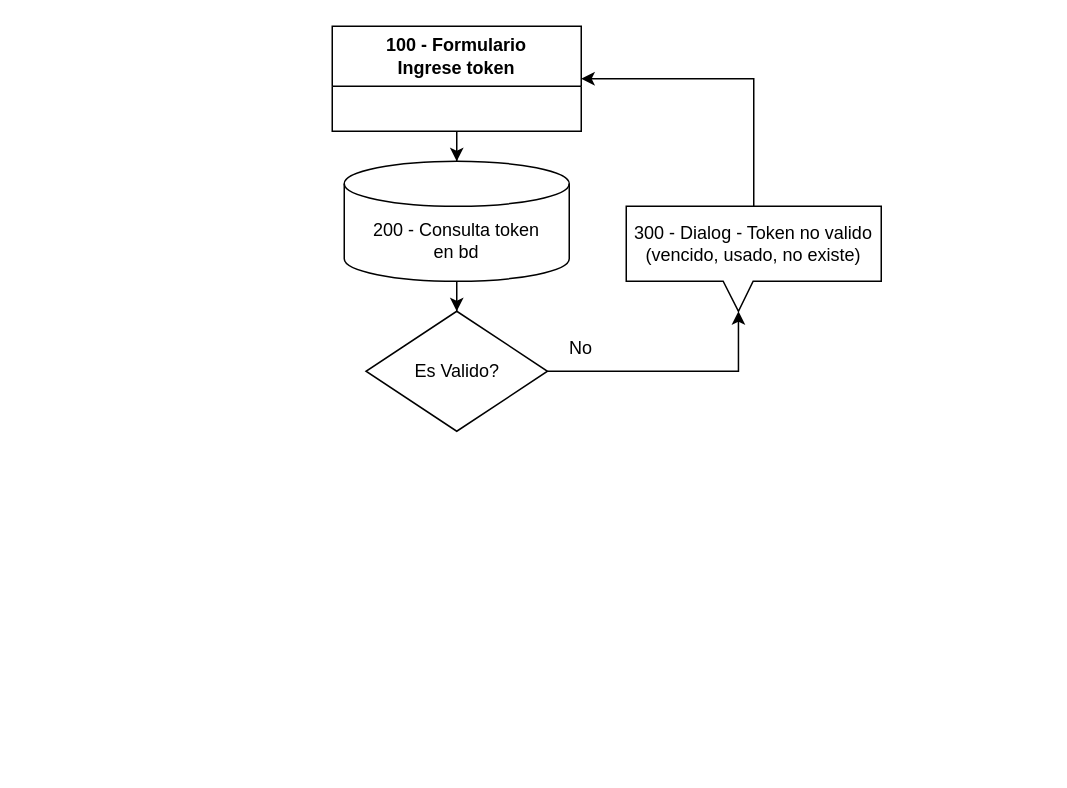
Above: validaphp.drawio in MaxiFranz/TrayectoP (draw.io), before the change. Source tidied: cells renumbered, new cells numbered last; positions are measured from the earlier drawing's top-left corner, leaving out a move shared by most shapes. Both pictures are drawn from the tidied source at 150%, with x=0, y=0 at pixel (332, 26).
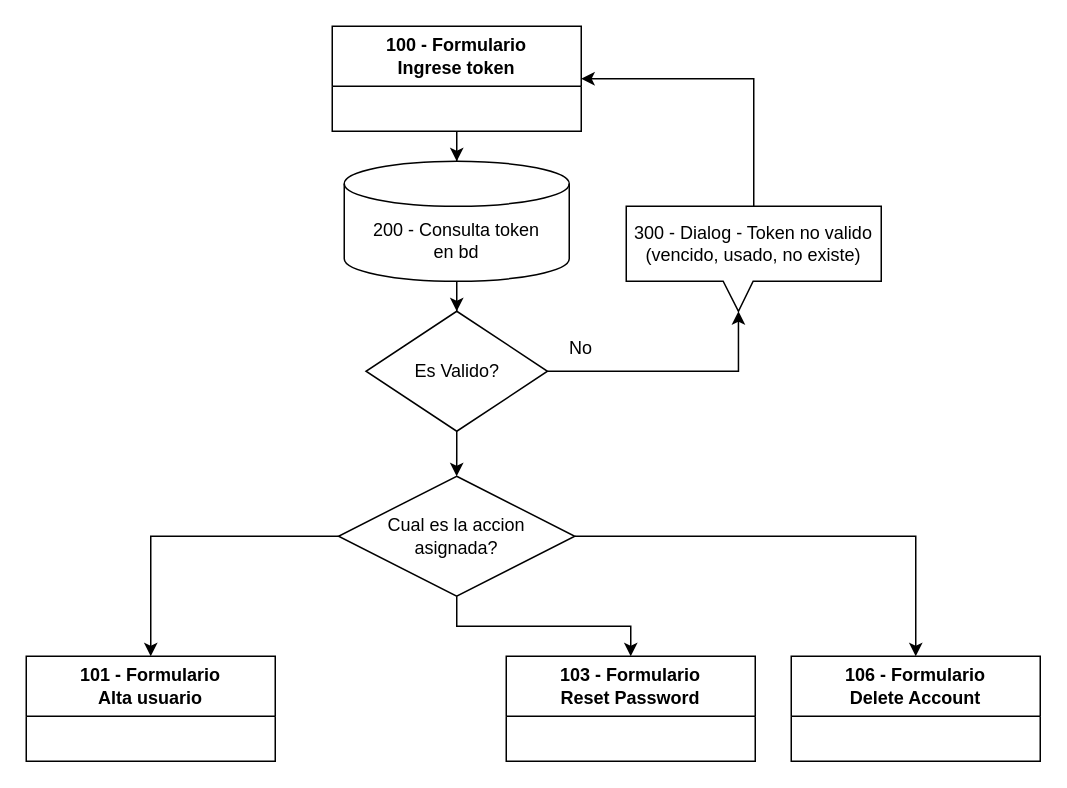
The same diagram, later.

Diff of the diagram source:
```diff
@@
 <mxGraphModel>
   <root>
     <mxCell id="0" />
     <mxCell id="1" parent="0" />
     <mxCell id="2" style="edgeStyle=orthogonalEdgeStyle;rounded=0;jettySize=auto;html=1;entryX=0.5;entryY=0;entryDx=0;entryDy=0;" parent="1" edge="1" source="3" target="5">
       <mxGeometry relative="1" as="geometry" />
     </mxCell>
     <mxCell id="3" value="200 - Consulta token &lt;br&gt;en bd" style="shape=cylinder3;whiteSpace=wrap;html=1;boundedLbl=1;backgroundOutline=1;size=15;" parent="1" vertex="1">
       <mxGeometry x="8" y="90" width="150" height="80" as="geometry" />
     </mxCell>
     <mxCell id="4" value="100 - Formulario &lt;br&gt;Ingrese token" style="swimlane;whiteSpace=wrap;html=1;startSize=40;" parent="1" vertex="1">
       <mxGeometry width="166" height="70" as="geometry" />
     </mxCell>
+    <mxCell id="11" style="edgeStyle=orthogonalEdgeStyle;rounded=0;jettySize=auto;html=1;entryX=0.5;entryY=0;entryDx=0;entryDy=0;" parent="1" edge="1" source="5" target="15">
+      <mxGeometry relative="1" as="geometry" />
+    </mxCell>
     <mxCell id="5" value="Es Valido?" style="rhombus;whiteSpace=wrap;html=1;" parent="1" vertex="1">
       <mxGeometry x="22.5" y="190" width="121" height="80" as="geometry" />
     </mxCell>
     <mxCell id="6" style="edgeStyle=orthogonalEdgeStyle;rounded=0;jettySize=auto;html=1;entryX=0.5;entryY=0;entryDx=0;entryDy=0;entryPerimeter=0;" parent="1" edge="1" source="4" target="3">
       <mxGeometry relative="1" as="geometry" />
     </mxCell>
     <mxCell id="7" style="edgeStyle=orthogonalEdgeStyle;rounded=0;jettySize=auto;html=1;entryX=1;entryY=0.5;entryDx=0;entryDy=0;exitX=0.5;exitY=0;exitDx=0;exitDy=0;exitPerimeter=0;" parent="1" edge="1" source="8" target="4">
       <mxGeometry relative="1" as="geometry" />
     </mxCell>
     <mxCell id="8" value="300 - Dialog - Token no valido &lt;br&gt;(vencido, usado, no existe)" style="shape=callout;whiteSpace=wrap;html=1;perimeter=calloutPerimeter;position2=0.44;size=20;position=0.38;" parent="1" vertex="1">
       <mxGeometry x="196" y="120" width="170" height="70" as="geometry" />
     </mxCell>
     <mxCell id="9" style="edgeStyle=orthogonalEdgeStyle;rounded=0;jettySize=auto;html=1;entryX=0;entryY=0;entryDx=74.8;entryDy=70;entryPerimeter=0;" parent="1" edge="1" source="5" target="8">
       <mxGeometry relative="1" as="geometry" />
     </mxCell>
     <mxCell id="10" value="No" style="text;html=1;strokeColor=none;fillColor=none;align=center;verticalAlign=middle;whiteSpace=wrap;rounded=0;" parent="1" vertex="1">
       <mxGeometry x="136" y="200" width="60" height="30" as="geometry" />
     </mxCell>
+    <mxCell id="12" style="edgeStyle=orthogonalEdgeStyle;rounded=0;jettySize=auto;html=1;entryX=0.5;entryY=0;entryDx=0;entryDy=0;" parent="1" edge="1" source="15" target="18">
+      <mxGeometry relative="1" as="geometry" />
+    </mxCell>
+    <mxCell id="13" style="edgeStyle=orthogonalEdgeStyle;rounded=0;jettySize=auto;html=1;entryX=0.5;entryY=0;entryDx=0;entryDy=0;" parent="1" edge="1" source="15" target="17">
+      <mxGeometry relative="1" as="geometry" />
+    </mxCell>
+    <mxCell id="14" style="edgeStyle=orthogonalEdgeStyle;rounded=0;jettySize=auto;html=1;exitX=0;exitY=0.5;exitDx=0;exitDy=0;entryX=0.5;entryY=0;entryDx=0;entryDy=0;" parent="1" edge="1" source="15" target="16">
+      <mxGeometry relative="1" as="geometry" />
+    </mxCell>
+    <mxCell id="15" value="Cual es la accion &lt;br&gt;asignada?" style="rhombus;whiteSpace=wrap;html=1;" parent="1" vertex="1">
+      <mxGeometry x="4.2" y="300" width="157.5" height="80" as="geometry" />
+    </mxCell>
+    <mxCell id="16" value="101 - Formulario &lt;br&gt;Alta usuario" style="swimlane;whiteSpace=wrap;html=1;startSize=40;" parent="1" vertex="1">
+      <mxGeometry x="-204" y="420" width="166" height="70" as="geometry" />
+    </mxCell>
+    <mxCell id="17" value="103 - Formulario &lt;br&gt;Reset Password" style="swimlane;whiteSpace=wrap;html=1;startSize=40;" parent="1" vertex="1">
+      <mxGeometry x="116" y="420" width="166" height="70" as="geometry" />
+    </mxCell>
+    <mxCell id="18" value="106 - Formulario &lt;br&gt;Delete Account" style="swimlane;whiteSpace=wrap;html=1;startSize=40;" parent="1" vertex="1">
+      <mxGeometry x="306" y="420" width="166" height="70" as="geometry" />
+    </mxCell>
   </root>
 </mxGraphModel>
```
